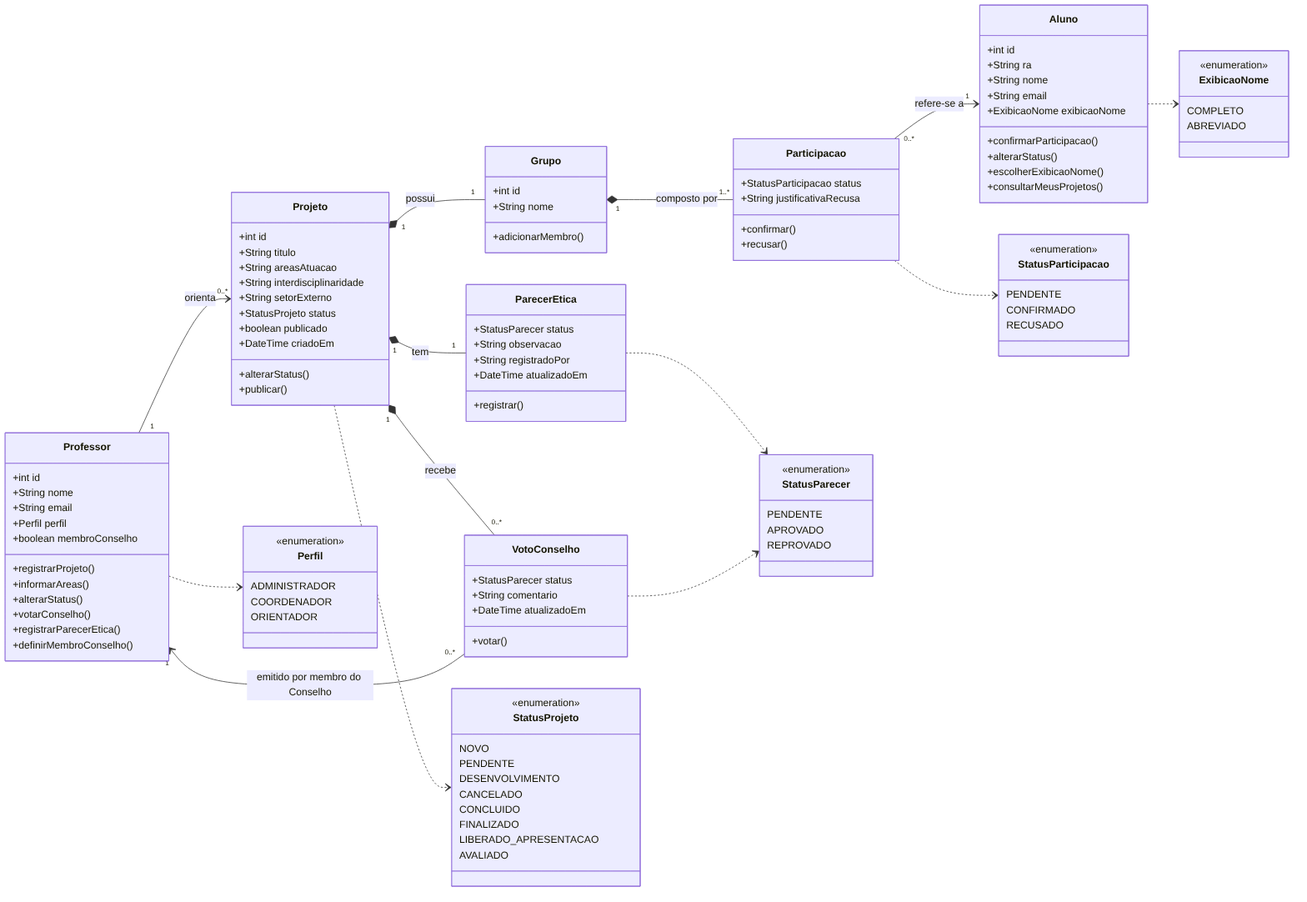
Above: documentos/entidades/diagrama-classes.png in HevertonMarques/desweb_rep (Mermaid), before the change. Its source is kept beside it as documentos/entidades/diagrama-classes.mmd.
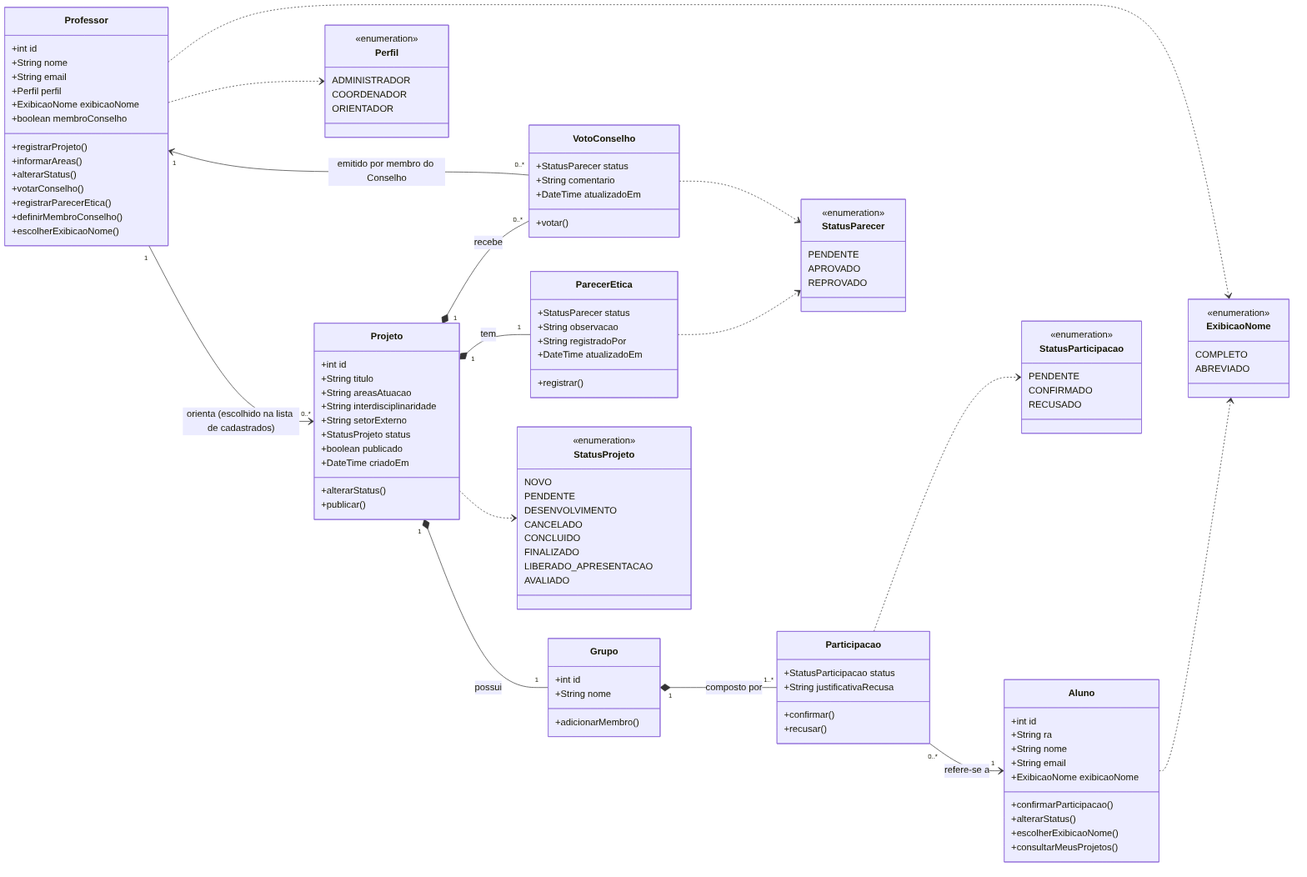
After the change.

The edit, as a diff of the source:
```diff
@@ -5,6 +5,7 @@
     +String nome
     +String email
     +Perfil perfil
+    +ExibicaoNome exibicaoNome
     +boolean membroConselho
     +registrarProjeto()
     +informarAreas()
@@ -12,6 +13,7 @@
     +votarConselho()
     +registrarParecerEtica()
     +definirMembroConselho()
+    +escolherExibicaoNome()
   }
   class Aluno {
     +int id
@@ -94,7 +96,7 @@
     COORDENADOR
     ORIENTADOR
   }
-  Professor "1" --> "0..*" Projeto : orienta
+  Professor "1" --> "0..*" Projeto : orienta (escolhido na lista de cadastrados)
   Projeto "1" *-- "1" Grupo : possui
   Grupo "1" *-- "1..*" Participacao : composto por
   Participacao "0..*" --> "1" Aluno : refere-se a
@@ -106,4 +108,5 @@
   ParecerEtica ..> StatusParecer
   VotoConselho ..> StatusParecer
   Aluno ..> ExibicaoNome
+  Professor ..> ExibicaoNome
   Professor ..> Perfil
```
